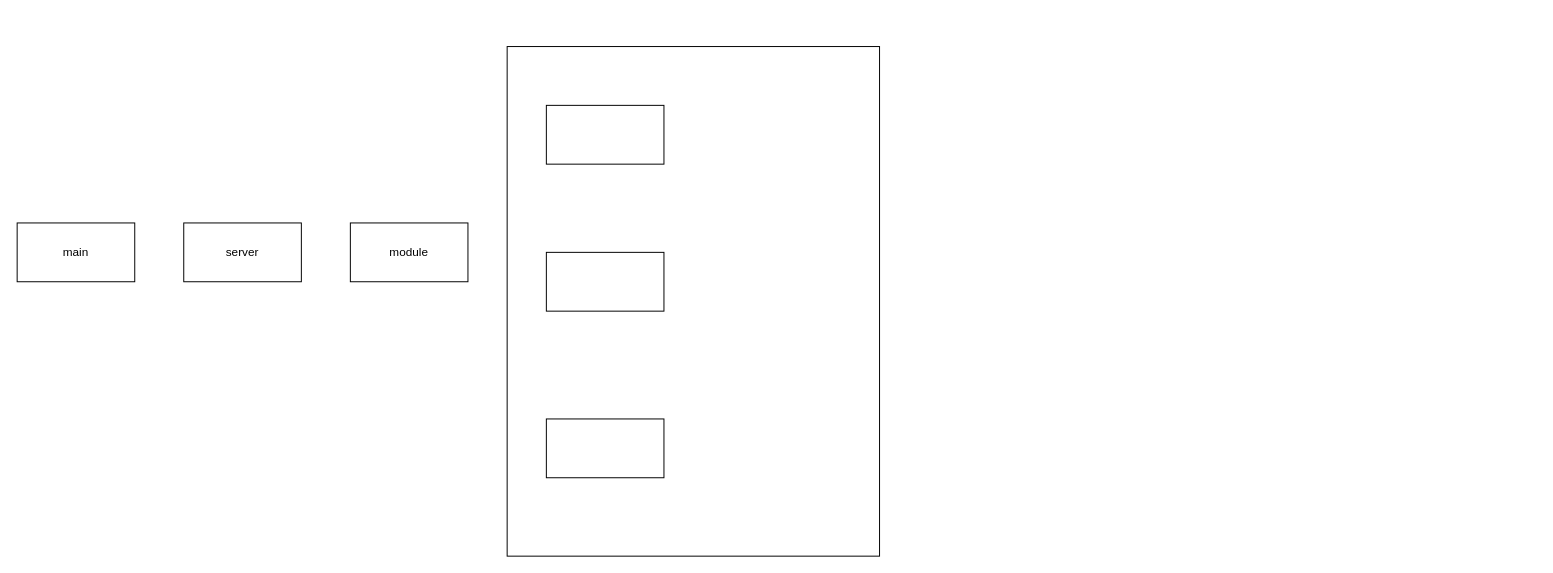
DoIttikorn/go-e-commerce keeps this draw.io diagram as structure.drawio. Above is the earlier version. Source tidied: cells renumbered, new cells numbered last; positions are measured from the earlier drawing's top-left corner, leaving out a move shared by most shapes. Both pictures are drawn from the tidied source at 98%, with x=0, y=0 at pixel (17, 46).
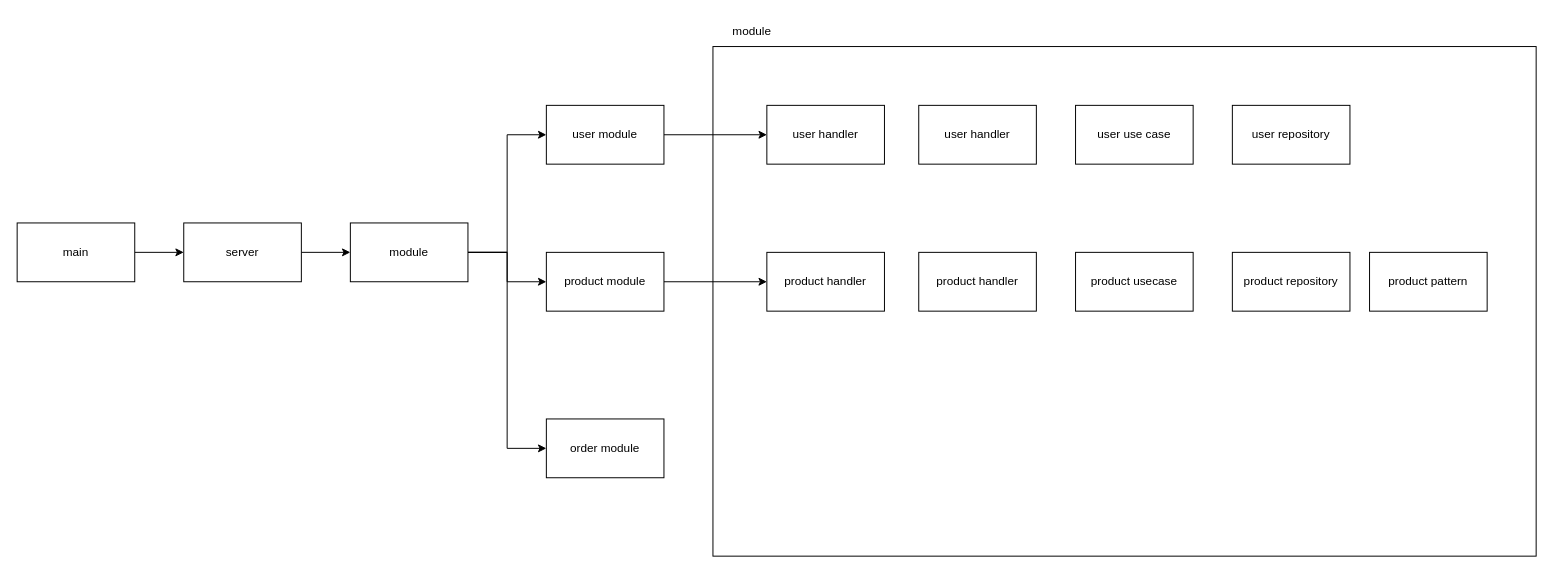
The same diagram, later.

Unchanged cells that the change refers to:
```xml
<mxCell id="3" value="main" style="rounded=0;whiteSpace=wrap;html=1;" parent="1" vertex="1">
  <mxGeometry y="180" width="120" height="60" as="geometry" />
</mxCell>
<mxCell id="4" value="server" style="rounded=0;whiteSpace=wrap;html=1;" parent="1" vertex="1">
  <mxGeometry x="170" y="180" width="120" height="60" as="geometry" />
</mxCell>
<mxCell id="5" value="module" style="rounded=0;whiteSpace=wrap;html=1;" parent="1" vertex="1">
  <mxGeometry x="340" y="180" width="120" height="60" as="geometry" />
</mxCell>
```

Change to the diagram source:
```diff
@@
     <mxCell id="2" style="rounded=0;whiteSpace=wrap;html=1;fillColor=none;" parent="1" vertex="1">
-      <mxGeometry x="500" width="380" height="520" as="geometry" />
+      <mxGeometry x="710" width="840" height="520" as="geometry" />
     </mxCell>
+    <mxCell id="9" style="edgeStyle=orthogonalEdgeStyle;rounded=0;jettySize=auto;html=1;entryX=0;entryY=0.5;entryDx=0;entryDy=0;" parent="1" edge="1" source="3" target="4">
+      <mxGeometry relative="1" as="geometry" />
+    </mxCell>
@@
+    <mxCell id="10" style="edgeStyle=orthogonalEdgeStyle;rounded=0;jettySize=auto;html=1;entryX=0;entryY=0.5;entryDx=0;entryDy=0;" parent="1" edge="1" source="4" target="5">
+      <mxGeometry relative="1" as="geometry" />
+    </mxCell>
@@
+    <mxCell id="11" style="edgeStyle=orthogonalEdgeStyle;rounded=0;jettySize=auto;html=1;entryX=0;entryY=0.5;entryDx=0;entryDy=0;" parent="1" edge="1" source="5" target="6">
+      <mxGeometry relative="1" as="geometry" />
+    </mxCell>
+    <mxCell id="12" style="edgeStyle=orthogonalEdgeStyle;rounded=0;jettySize=auto;html=1;entryX=0;entryY=0.5;entryDx=0;entryDy=0;" parent="1" edge="1" source="5" target="7">
+      <mxGeometry relative="1" as="geometry" />
+    </mxCell>
+    <mxCell id="13" style="edgeStyle=orthogonalEdgeStyle;rounded=0;jettySize=auto;html=1;entryX=0;entryY=0.5;entryDx=0;entryDy=0;" parent="1" edge="1" source="5" target="8">
+      <mxGeometry relative="1" as="geometry" />
+    </mxCell>
@@
+    <mxCell id="14" style="edgeStyle=orthogonalEdgeStyle;rounded=0;jettySize=auto;html=1;entryX=0;entryY=0.5;entryDx=0;entryDy=0;" parent="1" edge="1" source="6" target="16">
+      <mxGeometry relative="1" as="geometry" />
+    </mxCell>
-    <mxCell id="6" style="rounded=0;whiteSpace=wrap;html=1;" parent="1" vertex="1">
+    <mxCell id="6" value="user module" style="rounded=0;whiteSpace=wrap;html=1;" parent="1" vertex="1">
       <mxGeometry x="540" y="60" width="120" height="60" as="geometry" />
     </mxCell>
+    <mxCell id="15" style="edgeStyle=orthogonalEdgeStyle;rounded=0;jettySize=auto;html=1;" parent="1" edge="1" source="7" target="17">
+      <mxGeometry relative="1" as="geometry" />
+    </mxCell>
-    <mxCell id="7" style="rounded=0;whiteSpace=wrap;html=1;" parent="1" vertex="1">
+    <mxCell id="7" value="product module" style="rounded=0;whiteSpace=wrap;html=1;" parent="1" vertex="1">
       <mxGeometry x="540" y="210" width="120" height="60" as="geometry" />
     </mxCell>
-    <mxCell id="8" style="rounded=0;whiteSpace=wrap;html=1;" parent="1" vertex="1">
+    <mxCell id="8" value="order module" style="rounded=0;whiteSpace=wrap;html=1;" parent="1" vertex="1">
       <mxGeometry x="540" y="380" width="120" height="60" as="geometry" />
     </mxCell>
+    <mxCell id="16" value="user handler" style="rounded=0;whiteSpace=wrap;html=1;" parent="1" vertex="1">
+      <mxGeometry x="765" y="60" width="120" height="60" as="geometry" />
+    </mxCell>
+    <mxCell id="17" value="product handler" style="rounded=0;whiteSpace=wrap;html=1;" parent="1" vertex="1">
+      <mxGeometry x="765" y="210" width="120" height="60" as="geometry" />
+    </mxCell>
+    <mxCell id="18" value="product handler" style="rounded=0;whiteSpace=wrap;html=1;" parent="1" vertex="1">
+      <mxGeometry x="920" y="210" width="120" height="60" as="geometry" />
+    </mxCell>
+    <mxCell id="19" value="module" style="text;html=1;strokeColor=none;fillColor=none;align=center;verticalAlign=middle;whiteSpace=wrap;rounded=0;" parent="1" vertex="1">
+      <mxGeometry x="720" y="-30" width="60" height="30" as="geometry" />
+    </mxCell>
+    <mxCell id="20" value="product usecase" style="rounded=0;whiteSpace=wrap;html=1;" parent="1" vertex="1">
+      <mxGeometry x="1080" y="210" width="120" height="60" as="geometry" />
+    </mxCell>
+    <mxCell id="21" value="product repository" style="rounded=0;whiteSpace=wrap;html=1;" parent="1" vertex="1">
+      <mxGeometry x="1240" y="210" width="120" height="60" as="geometry" />
+    </mxCell>
+    <mxCell id="22" value="product pattern" style="rounded=0;whiteSpace=wrap;html=1;" parent="1" vertex="1">
+      <mxGeometry x="1380" y="210" width="120" height="60" as="geometry" />
+    </mxCell>
+    <mxCell id="23" value="user handler" style="rounded=0;whiteSpace=wrap;html=1;" parent="1" vertex="1">
+      <mxGeometry x="920" y="60" width="120" height="60" as="geometry" />
+    </mxCell>
+    <mxCell id="24" value="user use case" style="rounded=0;whiteSpace=wrap;html=1;" parent="1" vertex="1">
+      <mxGeometry x="1080" y="60" width="120" height="60" as="geometry" />
+    </mxCell>
+    <mxCell id="25" value="user repository" style="rounded=0;whiteSpace=wrap;html=1;" parent="1" vertex="1">
+      <mxGeometry x="1240" y="60" width="120" height="60" as="geometry" />
+    </mxCell>
```
